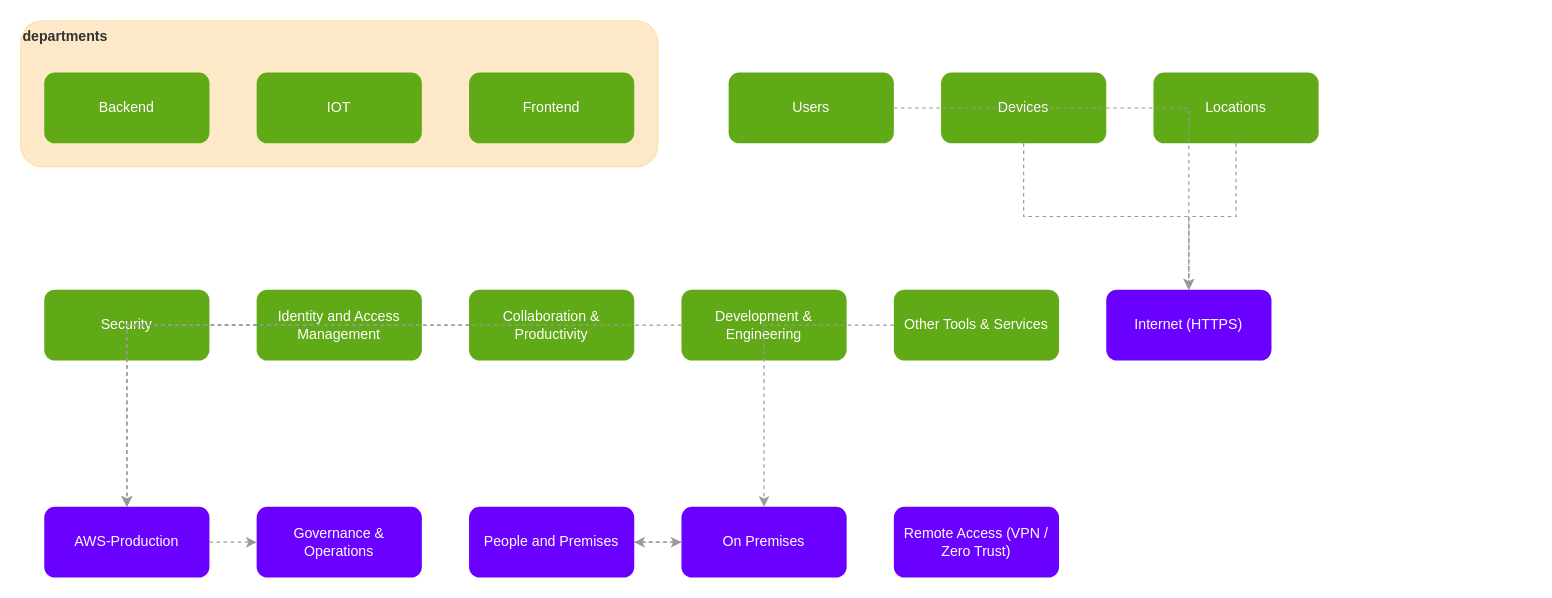
The draw.io diagram page "Main" (1 of 15) of architecture.drawio in honerl/company-architecture, before the edit. Source tidied: cells renumbered, new cells numbered last; positions are measured from the earlier drawing's top-left corner, leaving out a move shared by most shapes. Both pictures are drawn from the tidied source at 118%, with x=0, y=0 at pixel (20, 20).
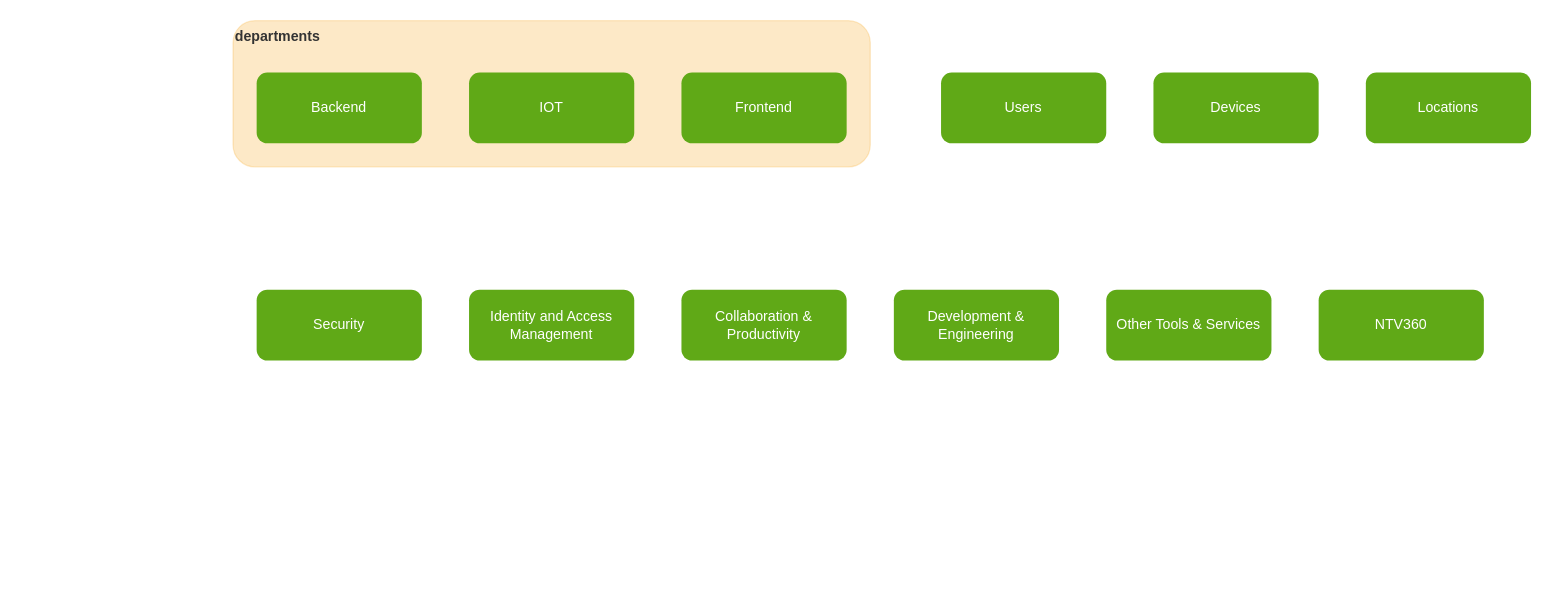
The same diagram, later.

The edit, as a diff of the source:
```diff
@@
     <mxCell id="2" value="departments" style="rounded=1;whiteSpace=wrap;html=1;fillColor=#f5a623;opacity=25;strokeColor=#f5a623;verticalAlign=top;align=left;fontSize=12;fontStyle=1;fontColor=#333333;" parent="1" vertex="1">
-      <mxGeometry width="540" height="124" as="geometry" />
+      <mxGeometry x="180" width="540" height="124" as="geometry" />
     </mxCell>
-    <mxCell id="3" value="Users" style="rounded=1;whiteSpace=wrap;html=1;fillColor=#60a917;fontColor=#ffffff;strokeColor=none;" parent="1" vertex="1">
-      <mxGeometry x="600" y="44" width="140" height="60" as="geometry" />
-    </mxCell>
-    <mxCell id="4" value="Devices" style="rounded=1;whiteSpace=wrap;html=1;fillColor=#60a917;fontColor=#ffffff;strokeColor=none;" parent="1" vertex="1">
+    <mxCell id="4" value="Users" style="rounded=1;whiteSpace=wrap;html=1;fillColor=#60a917;fontColor=#ffffff;strokeColor=none;" parent="1" vertex="1">
       <mxGeometry x="780" y="44" width="140" height="60" as="geometry" />
     </mxCell>
-    <mxCell id="5" value="Locations" style="rounded=1;whiteSpace=wrap;html=1;fillColor=#60a917;fontColor=#ffffff;strokeColor=none;" parent="1" vertex="1">
+    <mxCell id="5" value="Devices" style="rounded=1;whiteSpace=wrap;html=1;fillColor=#60a917;fontColor=#ffffff;strokeColor=none;" parent="1" vertex="1">
       <mxGeometry x="960" y="44" width="140" height="60" as="geometry" />
     </mxCell>
-    <mxCell id="6" value="Security" style="rounded=1;whiteSpace=wrap;html=1;fillColor=#60a917;fontColor=#ffffff;strokeColor=none;" parent="1" vertex="1">
-      <mxGeometry x="20" y="228" width="140" height="60" as="geometry" />
+    <mxCell id="6" value="Locations" style="rounded=1;whiteSpace=wrap;html=1;fillColor=#60a917;fontColor=#ffffff;strokeColor=none;" parent="1" vertex="1">
+      <mxGeometry x="1140" y="44" width="140" height="60" as="geometry" />
     </mxCell>
-    <mxCell id="7" value="Identity and Access Management" style="rounded=1;whiteSpace=wrap;html=1;fillColor=#60a917;fontColor=#ffffff;strokeColor=none;" parent="1" vertex="1">
+    <mxCell id="7" value="Security" style="rounded=1;whiteSpace=wrap;html=1;fillColor=#60a917;fontColor=#ffffff;strokeColor=none;" parent="1" vertex="1">
       <mxGeometry x="200" y="228" width="140" height="60" as="geometry" />
     </mxCell>
-    <mxCell id="8" value="Collaboration &amp; Productivity" style="rounded=1;whiteSpace=wrap;html=1;fillColor=#60a917;fontColor=#ffffff;strokeColor=none;" parent="1" vertex="1">
+    <mxCell id="8" value="Identity and Access Management" style="rounded=1;whiteSpace=wrap;html=1;fillColor=#60a917;fontColor=#ffffff;strokeColor=none;" parent="1" vertex="1">
       <mxGeometry x="380" y="228" width="140" height="60" as="geometry" />
     </mxCell>
-    <mxCell id="9" value="Development &amp; Engineering" style="rounded=1;whiteSpace=wrap;html=1;fillColor=#60a917;fontColor=#ffffff;strokeColor=none;" parent="1" vertex="1">
+    <mxCell id="9" value="Collaboration &amp; Productivity" style="rounded=1;whiteSpace=wrap;html=1;fillColor=#60a917;fontColor=#ffffff;strokeColor=none;" parent="1" vertex="1">
       <mxGeometry x="560" y="228" width="140" height="60" as="geometry" />
     </mxCell>
-    <mxCell id="10" value="Other Tools &amp; Services" style="rounded=1;whiteSpace=wrap;html=1;fillColor=#60a917;fontColor=#ffffff;strokeColor=none;" parent="1" vertex="1">
+    <mxCell id="10" value="Development &amp; Engineering" style="rounded=1;whiteSpace=wrap;html=1;fillColor=#60a917;fontColor=#ffffff;strokeColor=none;" parent="1" vertex="1">
       <mxGeometry x="740" y="228" width="140" height="60" as="geometry" />
     </mxCell>
-    <mxCell id="11" value="Internet (HTTPS)" style="rounded=1;whiteSpace=wrap;html=1;fillColor=#6a00ff;fontColor=#ffffff;strokeColor=none;" parent="1" vertex="1">
-      <mxGeometry x="920" y="228" width="140" height="60" as="geometry" />
-    </mxCell>
-    <mxCell id="12" value="AWS-Production" style="rounded=1;whiteSpace=wrap;html=1;fillColor=#6a00ff;fontColor=#ffffff;strokeColor=none;" parent="1" vertex="1">
-      <mxGeometry x="20" y="412" width="140" height="60" as="geometry" />
-    </mxCell>
-    <mxCell id="13" value="Governance &amp; Operations" style="rounded=1;whiteSpace=wrap;html=1;fillColor=#6a00ff;fontColor=#ffffff;strokeColor=none;" parent="1" vertex="1">
-      <mxGeometry x="200" y="412" width="140" height="60" as="geometry" />
-    </mxCell>
-    <mxCell id="14" value="People and Premises" style="rounded=1;whiteSpace=wrap;html=1;fillColor=#6a00ff;fontColor=#ffffff;strokeColor=none;" parent="1" vertex="1">
-      <mxGeometry x="380" y="412" width="140" height="60" as="geometry" />
-    </mxCell>
-    <mxCell id="15" value="On Premises" style="rounded=1;whiteSpace=wrap;html=1;fillColor=#6a00ff;fontColor=#ffffff;strokeColor=none;" parent="1" vertex="1">
-      <mxGeometry x="560" y="412" width="140" height="60" as="geometry" />
-    </mxCell>
-    <mxCell id="16" value="Backend" style="rounded=1;whiteSpace=wrap;html=1;fillColor=#60a917;fontColor=#ffffff;strokeColor=none;" parent="1" vertex="1">
-      <mxGeometry x="20" y="44" width="140" height="60" as="geometry" />
+    <mxCell id="16" value="Other Tools &amp; Services" style="rounded=1;whiteSpace=wrap;html=1;fillColor=#60a917;fontColor=#ffffff;strokeColor=none;" parent="1" vertex="1">
+      <mxGeometry x="920" y="228" width="140" height="60" as="geometry" />
     </mxCell>
+    <mxCell id="3" value="NTV360" style="rounded=1;whiteSpace=wrap;html=1;fillColor=#60a917;fontColor=#ffffff;strokeColor=none;" parent="1" vertex="1">
+      <mxGeometry x="1100" y="228" width="140" height="60" as="geometry" />
+    </mxCell>
-    <mxCell id="17" value="IOT" style="rounded=1;whiteSpace=wrap;html=1;fillColor=#60a917;fontColor=#ffffff;strokeColor=none;" parent="1" vertex="1">
+    <mxCell id="17" value="Backend" style="rounded=1;whiteSpace=wrap;html=1;fillColor=#60a917;fontColor=#ffffff;strokeColor=none;" parent="1" vertex="1">
       <mxGeometry x="200" y="44" width="140" height="60" as="geometry" />
     </mxCell>
-    <mxCell id="18" value="Frontend" style="rounded=1;whiteSpace=wrap;html=1;fillColor=#60a917;fontColor=#ffffff;strokeColor=none;" parent="1" vertex="1">
+    <mxCell id="18" value="IOT" style="rounded=1;whiteSpace=wrap;html=1;fillColor=#60a917;fontColor=#ffffff;strokeColor=none;" parent="1" vertex="1">
       <mxGeometry x="380" y="44" width="140" height="60" as="geometry" />
     </mxCell>
-    <mxCell id="19" value="Remote Access (VPN / Zero Trust)" style="rounded=1;whiteSpace=wrap;html=1;fillColor=#6a00ff;fontColor=#ffffff;strokeColor=none;" parent="1" vertex="1">
-      <mxGeometry x="740" y="412" width="140" height="60" as="geometry" />
-    </mxCell>
-    <mxCell id="20" style="edgeStyle=orthogonalEdgeStyle;rounded=0;html=1;dashed=1;strokeColor=#999999;" parent="1" edge="1" source="3" target="11">
-      <mxGeometry relative="1" as="geometry" />
-    </mxCell>
-    <mxCell id="21" style="edgeStyle=orthogonalEdgeStyle;rounded=0;html=1;dashed=1;strokeColor=#999999;" parent="1" edge="1" source="4" target="11">
-      <mxGeometry relative="1" as="geometry" />
-    </mxCell>
-    <mxCell id="22" style="edgeStyle=orthogonalEdgeStyle;rounded=0;html=1;dashed=1;strokeColor=#999999;" parent="1" edge="1" source="5" target="11">
-      <mxGeometry relative="1" as="geometry" />
-    </mxCell>
-    <mxCell id="23" style="edgeStyle=orthogonalEdgeStyle;rounded=0;html=1;dashed=1;strokeColor=#999999;" parent="1" edge="1" source="7" target="12">
-      <mxGeometry relative="1" as="geometry" />
-    </mxCell>
-    <mxCell id="24" style="edgeStyle=orthogonalEdgeStyle;rounded=0;html=1;dashed=1;strokeColor=#999999;" parent="1" edge="1" source="8" target="12">
-      <mxGeometry relative="1" as="geometry" />
-    </mxCell>
-    <mxCell id="25" style="edgeStyle=orthogonalEdgeStyle;rounded=0;html=1;dashed=1;strokeColor=#999999;" parent="1" edge="1" source="9" target="12">
-      <mxGeometry relative="1" as="geometry" />
-    </mxCell>
-    <mxCell id="26" style="edgeStyle=orthogonalEdgeStyle;rounded=0;html=1;dashed=1;strokeColor=#999999;" parent="1" edge="1" source="10" target="15">
-      <mxGeometry relative="1" as="geometry" />
-    </mxCell>
-    <mxCell id="27" style="edgeStyle=orthogonalEdgeStyle;rounded=0;html=1;dashed=1;strokeColor=#999999;" parent="1" edge="1" source="12" target="13">
-      <mxGeometry relative="1" as="geometry" />
-    </mxCell>
-    <mxCell id="28" style="edgeStyle=orthogonalEdgeStyle;rounded=0;html=1;dashed=1;strokeColor=#999999;" parent="1" edge="1" source="14" target="15">
-      <mxGeometry relative="1" as="geometry" />
-    </mxCell>
-    <mxCell id="29" style="edgeStyle=orthogonalEdgeStyle;rounded=0;html=1;dashed=1;strokeColor=#999999;" parent="1" edge="1" source="15" target="14">
-      <mxGeometry relative="1" as="geometry" />
-    </mxCell>
+    <mxCell id="11" value="Frontend" style="rounded=1;whiteSpace=wrap;html=1;fillColor=#60a917;fontColor=#ffffff;strokeColor=none;" parent="1" vertex="1">
+      <mxGeometry x="560" y="44" width="140" height="60" as="geometry" />
+    </mxCell>
```
